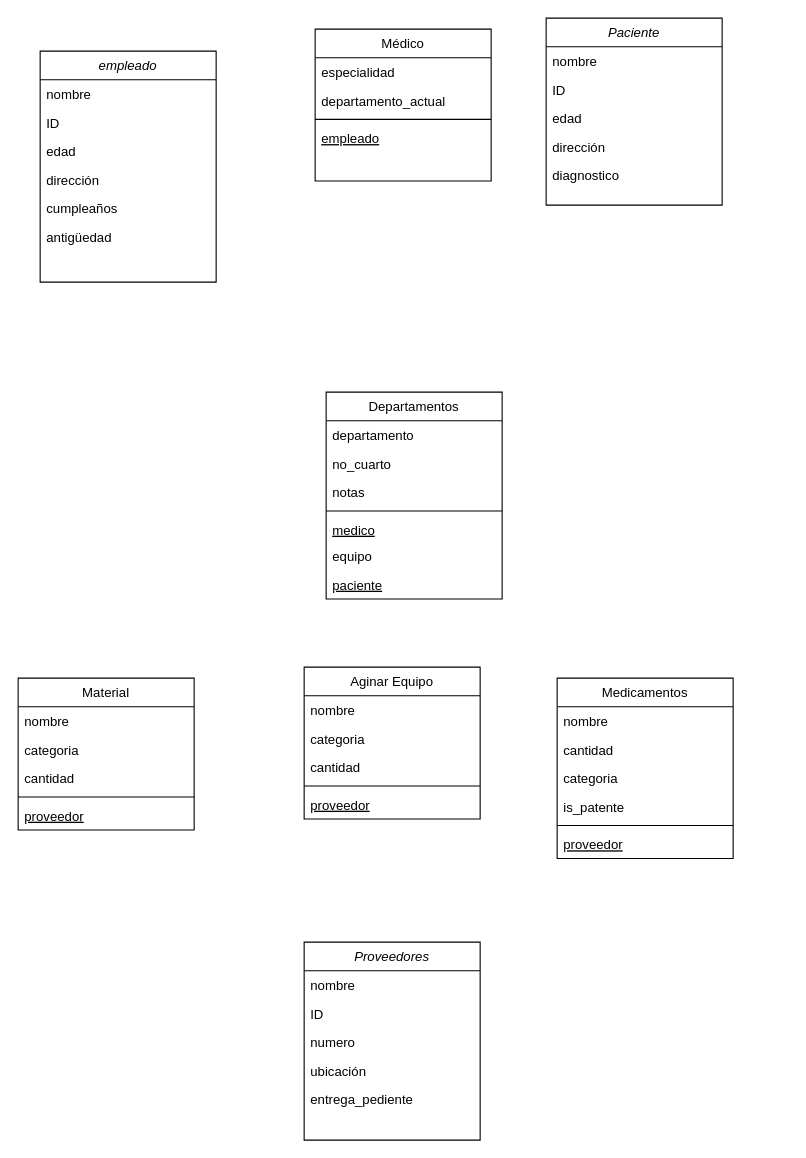
Above: Diagrama sin título.drawio in Captain-JKM/EjerciciosClase (draw.io), before the change. Source tidied: cells renumbered, new cells numbered last; positions are measured from the earlier drawing's top-left corner, leaving out a move shared by most shapes. Both pictures are drawn from the tidied source at 110%, with x=0, y=0 at pixel (18, 18).
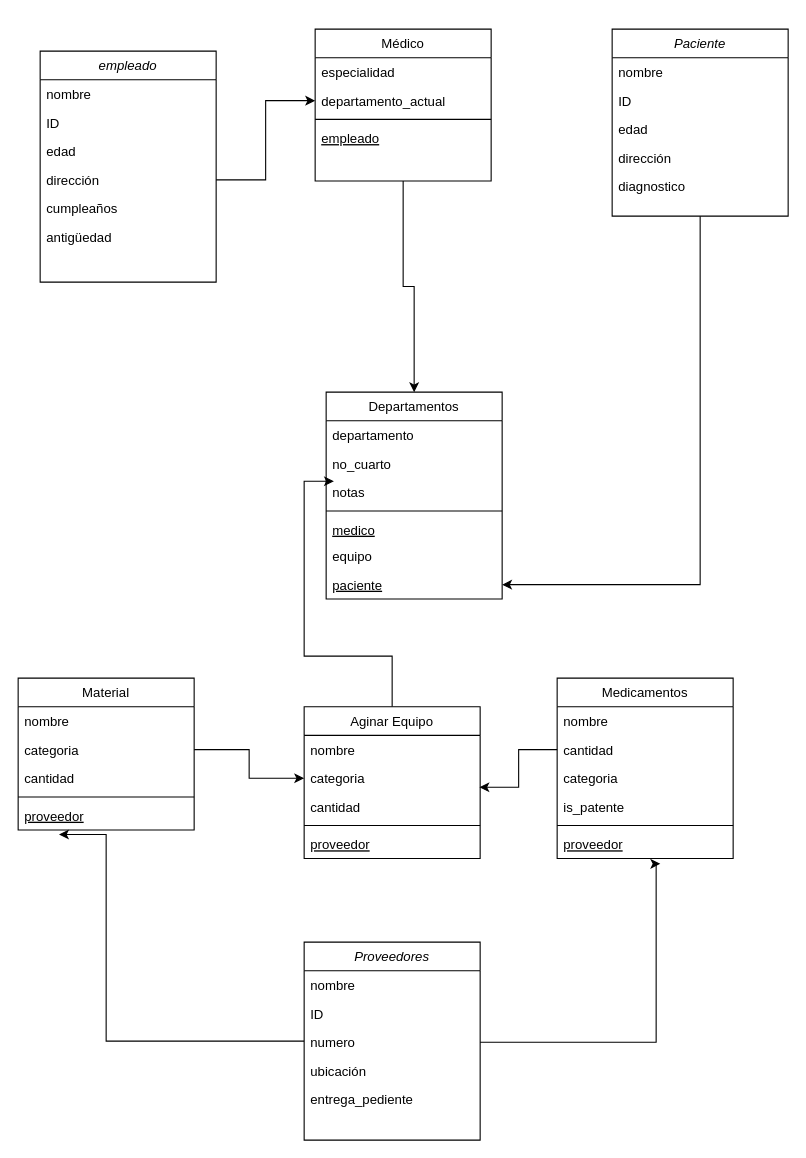
Above is the later version.

Unchanged cells that the change refers to:
```xml
<mxCell id="2" value="Médico" style="swimlane;fontStyle=0;align=center;verticalAlign=top;horizontal=1;startSize=26;rounded=0;shadow=0;strokeWidth=1;" parent="1" vertex="1">
  <mxGeometry x="270" y="10" width="160" height="138" as="geometry" />
</mxCell>
<mxCell id="4" value="departamento_actual" style="text;align=left;verticalAlign=top;spacingLeft=4;spacingRight=4;overflow=hidden;points=[[0,0.5],[1,0.5]];portConstraint=eastwest;rounded=0;shadow=0;html=0;" parent="2" vertex="1">
  <mxGeometry y="52" width="160" height="26" as="geometry" />
</mxCell>
<mxCell id="13" value="Proveedores" style="swimlane;fontStyle=2;align=center;verticalAlign=top;horizontal=1;startSize=26;rounded=0;shadow=0;strokeWidth=1;" parent="1" vertex="1">
  <mxGeometry x="260" y="840" width="160" height="180" as="geometry" />
</mxCell>
<mxCell id="16" value="numero" style="text;align=left;verticalAlign=top;spacingLeft=4;spacingRight=4;overflow=hidden;points=[[0,0.5],[1,0.5]];portConstraint=eastwest;rounded=0;shadow=0;html=0;" parent="13" vertex="1">
  <mxGeometry y="78" width="160" height="26" as="geometry" />
</mxCell>
<mxCell id="19" value="Departamentos" style="swimlane;fontStyle=0;align=center;verticalAlign=top;horizontal=1;startSize=26;rounded=0;shadow=0;strokeWidth=1;" parent="1" vertex="1">
  <mxGeometry x="280" y="340" width="160" height="188" as="geometry" />
</mxCell>
<mxCell id="22" value="notas" style="text;align=left;verticalAlign=top;spacingLeft=4;spacingRight=4;overflow=hidden;points=[[0,0.5],[1,0.5]];portConstraint=eastwest;rounded=0;shadow=0;html=0;" parent="19" vertex="1">
  <mxGeometry y="78" width="160" height="26" as="geometry" />
</mxCell>
<mxCell id="26" value="paciente" style="text;align=left;verticalAlign=top;spacingLeft=4;spacingRight=4;overflow=hidden;points=[[0,0.5],[1,0.5]];portConstraint=eastwest;fontStyle=4;" parent="19" vertex="1">
  <mxGeometry y="162" width="160" height="26" as="geometry" />
</mxCell>
<mxCell id="31" value="dirección" style="text;align=left;verticalAlign=top;spacingLeft=4;spacingRight=4;overflow=hidden;points=[[0,0.5],[1,0.5]];portConstraint=eastwest;rounded=0;shadow=0;html=0;" parent="27" vertex="1">
  <mxGeometry y="104" width="160" height="26" as="geometry" />
</mxCell>
<mxCell id="36" value="categoria" style="text;align=left;verticalAlign=top;spacingLeft=4;spacingRight=4;overflow=hidden;points=[[0,0.5],[1,0.5]];portConstraint=eastwest;rounded=0;shadow=0;html=0;" parent="34" vertex="1">
  <mxGeometry y="52" width="160" height="26" as="geometry" />
</mxCell>
<mxCell id="42" value="cantidad" style="text;align=left;verticalAlign=top;spacingLeft=4;spacingRight=4;overflow=hidden;points=[[0,0.5],[1,0.5]];portConstraint=eastwest;rounded=0;shadow=0;html=0;" parent="40" vertex="1">
  <mxGeometry y="52" width="160" height="26" as="geometry" />
</mxCell>
<mxCell id="46" value="proveedor" style="text;align=left;verticalAlign=top;spacingLeft=4;spacingRight=4;overflow=hidden;points=[[0,0.5],[1,0.5]];portConstraint=eastwest;fontStyle=4;" parent="40" vertex="1">
  <mxGeometry y="138" width="160" height="26" as="geometry" />
</mxCell>
<mxCell id="49" value="categoria" style="text;align=left;verticalAlign=top;spacingLeft=4;spacingRight=4;overflow=hidden;points=[[0,0.5],[1,0.5]];portConstraint=eastwest;rounded=0;shadow=0;html=0;" parent="47" vertex="1">
  <mxGeometry y="52" width="160" height="26" as="geometry" />
</mxCell>
<mxCell id="52" value="proveedor" style="text;align=left;verticalAlign=top;spacingLeft=4;spacingRight=4;overflow=hidden;points=[[0,0.5],[1,0.5]];portConstraint=eastwest;fontStyle=4;" parent="47" vertex="1">
  <mxGeometry y="112" width="160" height="26" as="geometry" />
</mxCell>
```

Change to the diagram source:
```diff
@@
+    <mxCell id="53" style="edgeStyle=orthogonalEdgeStyle;rounded=0;jettySize=auto;html=1;exitX=0.5;exitY=1;exitDx=0;exitDy=0;entryX=0.5;entryY=0;entryDx=0;entryDy=0;" parent="1" edge="1" source="2" target="19">
+      <mxGeometry relative="1" as="geometry" />
+    </mxCell>
@@
+    <mxCell id="54" style="edgeStyle=orthogonalEdgeStyle;rounded=0;jettySize=auto;html=1;entryX=1;entryY=0.5;entryDx=0;entryDy=0;" parent="1" edge="1" source="7" target="26">
+      <mxGeometry relative="1" as="geometry" />
+    </mxCell>
     <mxCell id="7" value="Paciente" style="swimlane;fontStyle=2;align=center;verticalAlign=top;horizontal=1;startSize=26;rounded=0;shadow=0;strokeWidth=1;" parent="1" vertex="1">
-      <mxGeometry x="480" width="160" height="170" as="geometry" />
+      <mxGeometry x="540" y="10" width="160" height="170" as="geometry" />
     </mxCell>
@@
+    <mxCell id="55" style="edgeStyle=orthogonalEdgeStyle;rounded=0;jettySize=auto;html=1;entryX=0.232;entryY=1.158;entryDx=0;entryDy=0;entryPerimeter=0;" parent="1" edge="1" source="13" target="52">
+      <mxGeometry relative="1" as="geometry">
+        <Array as="points">
+          <mxPoint x="80" y="930" />
+          <mxPoint x="80" y="742" />
+        </Array>
+      </mxGeometry>
+    </mxCell>
@@
+    <mxCell id="56" style="edgeStyle=orthogonalEdgeStyle;rounded=0;jettySize=auto;html=1;exitX=0.5;exitY=0;exitDx=0;exitDy=0;entryX=0.044;entryY=0.115;entryDx=0;entryDy=0;entryPerimeter=0;" parent="1" edge="1" source="34" target="22">
+      <mxGeometry relative="1" as="geometry">
+        <Array as="points">
+          <mxPoint x="340" y="580" />
+          <mxPoint x="260" y="580" />
+          <mxPoint x="260" y="421" />
+        </Array>
+      </mxGeometry>
+    </mxCell>
     <mxCell id="34" value="Aginar Equipo" style="swimlane;fontStyle=0;align=center;verticalAlign=top;horizontal=1;startSize=26;rounded=0;shadow=0;strokeWidth=1;" parent="1" vertex="1">
-      <mxGeometry x="260" y="590" width="160" height="138" as="geometry" />
+      <mxGeometry x="260" y="626" width="160" height="138" as="geometry" />
     </mxCell>
@@
+    <mxCell id="57" style="edgeStyle=orthogonalEdgeStyle;rounded=0;jettySize=auto;html=1;exitX=1;exitY=0.5;exitDx=0;exitDy=0;entryX=0;entryY=0.5;entryDx=0;entryDy=0;" parent="1" edge="1" source="31" target="4">
+      <mxGeometry relative="1" as="geometry" />
+    </mxCell>
+    <mxCell id="58" style="edgeStyle=orthogonalEdgeStyle;rounded=0;jettySize=auto;html=1;exitX=1;exitY=0.5;exitDx=0;exitDy=0;entryX=0;entryY=0.5;entryDx=0;entryDy=0;" parent="1" edge="1" source="49" target="36">
+      <mxGeometry relative="1" as="geometry" />
+    </mxCell>
+    <mxCell id="59" style="edgeStyle=orthogonalEdgeStyle;rounded=0;jettySize=auto;html=1;exitX=0;exitY=0.5;exitDx=0;exitDy=0;entryX=0.996;entryY=0.816;entryDx=0;entryDy=0;entryPerimeter=0;" parent="1" edge="1" source="42" target="36">
+      <mxGeometry relative="1" as="geometry" />
+    </mxCell>
+    <mxCell id="60" style="edgeStyle=orthogonalEdgeStyle;rounded=0;jettySize=auto;html=1;exitX=1;exitY=0.5;exitDx=0;exitDy=0;entryX=0.586;entryY=1.184;entryDx=0;entryDy=0;entryPerimeter=0;" parent="1" edge="1" source="16" target="46">
+      <mxGeometry relative="1" as="geometry">
+        <Array as="points">
+          <mxPoint x="580" y="931" />
+          <mxPoint x="580" y="769" />
+        </Array>
+      </mxGeometry>
+    </mxCell>
```
